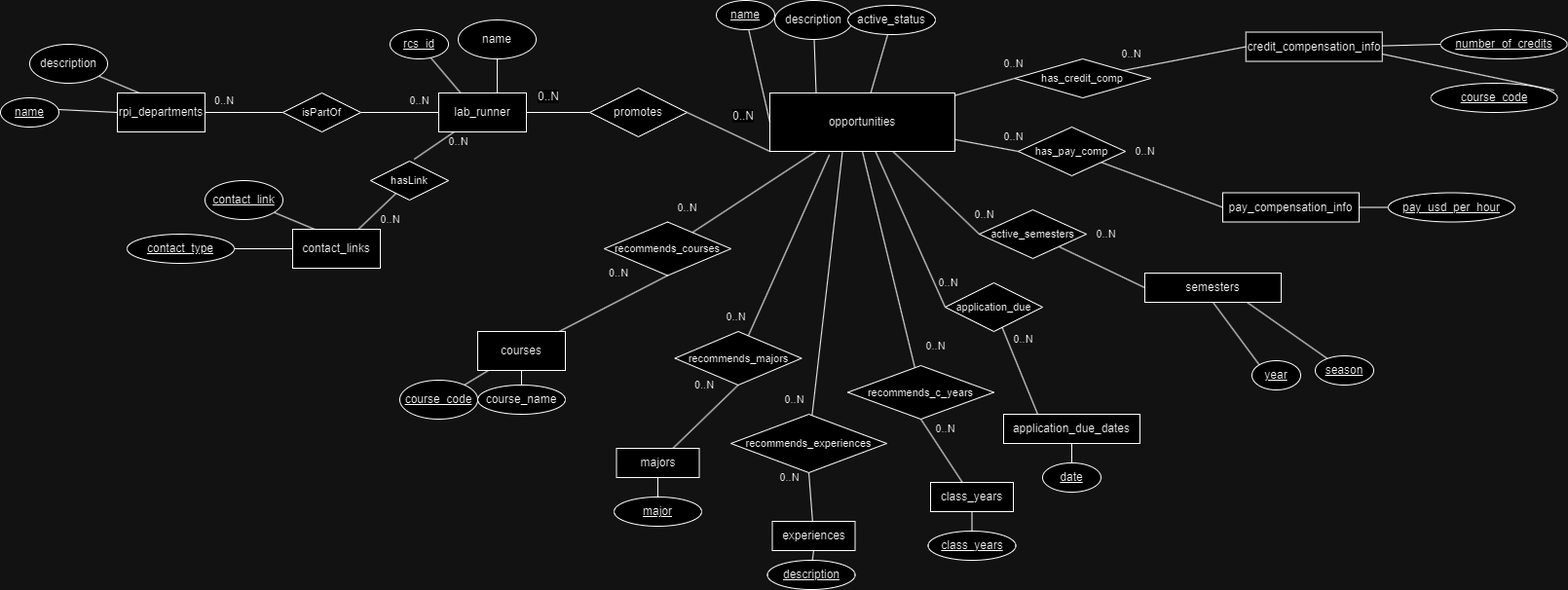
Earlier version of the draw.io export docs/database_docs/phase2_erd_sunny.png (LabConnect-RCOS/LabConnect-Backend). Source tidied: cells renumbered, new cells last; positions are measured from the earlier drawing's top-left corner, leaving out a move shared by most shapes.
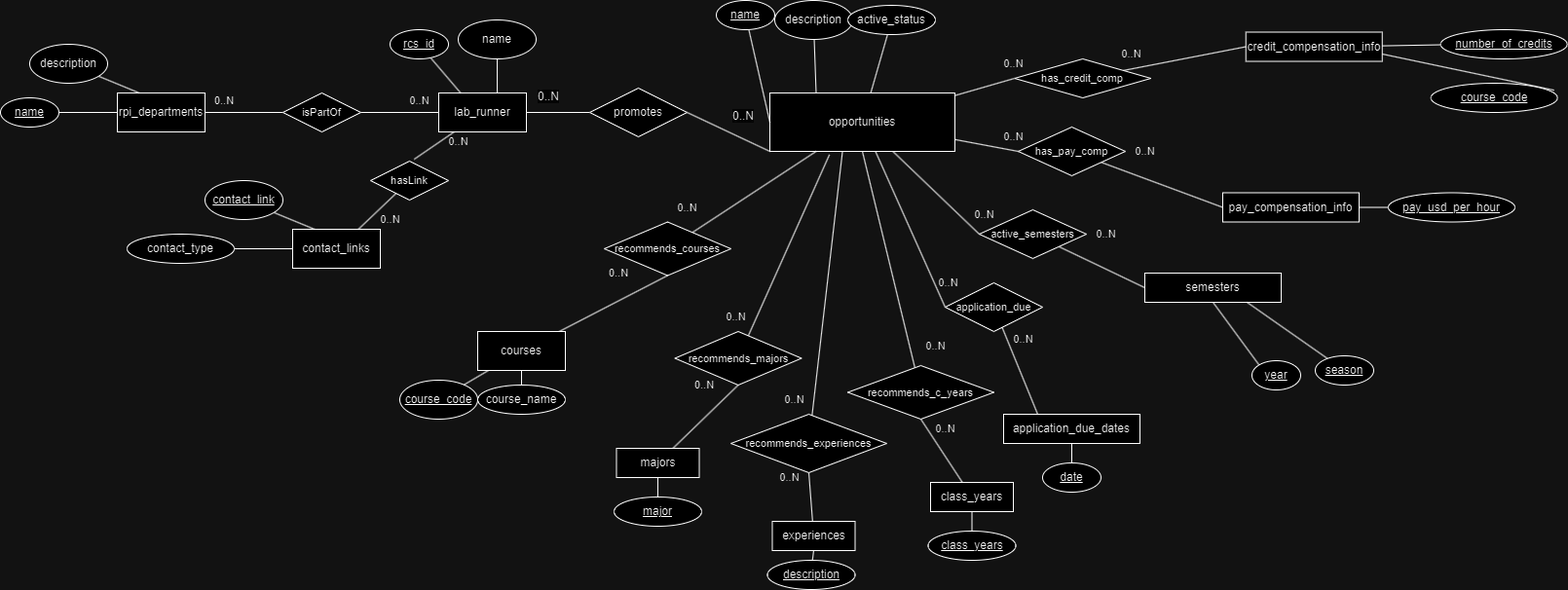
Above is the later version.

Change to the diagram source:
```diff
@@ -71,7 +71,7 @@
     <mxCell id="24" style="rounded=0;jettySize=auto;html=1;entryX=0;entryY=0.5;entryDx=0;entryDy=0;endArrow=none;endFill=0;" parent="1" edge="1" source="25" target="23">
       <mxGeometry relative="1" as="geometry" />
     </mxCell>
-    <mxCell id="25" value="&lt;u&gt;contact_type&lt;/u&gt;" style="ellipse;whiteSpace=wrap;html=1;" parent="1" vertex="1">
+    <mxCell id="25" value="contact_type" style="ellipse;whiteSpace=wrap;html=1;" parent="1" vertex="1">
       <mxGeometry x="130" y="240" width="110" height="30" as="geometry" />
     </mxCell>
     <mxCell id="26" style="rounded=0;jettySize=auto;html=1;entryX=0.25;entryY=0;entryDx=0;entryDy=0;endArrow=none;endFill=0;" parent="1" edge="1" source="27" target="23">
```
